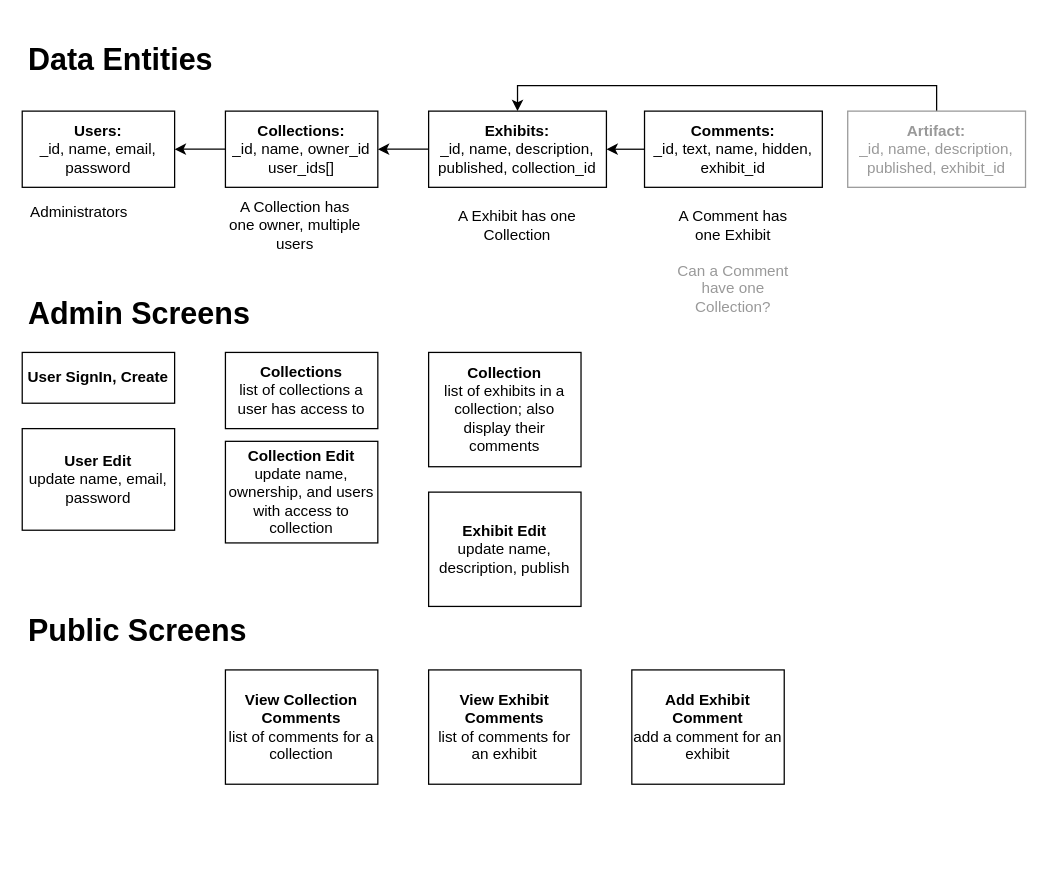
Earlier version of the draw.io diagram InteractiveExhibit-design.drawio (stellarjaydoc/architecture). Source tidied: cells renumbered, new cells numbered last; positions are measured from the earlier drawing's top-left corner, leaving out a move shared by most shapes. Both pictures are drawn from the tidied source at 127%, with x=0, y=0 at pixel (22, 34).
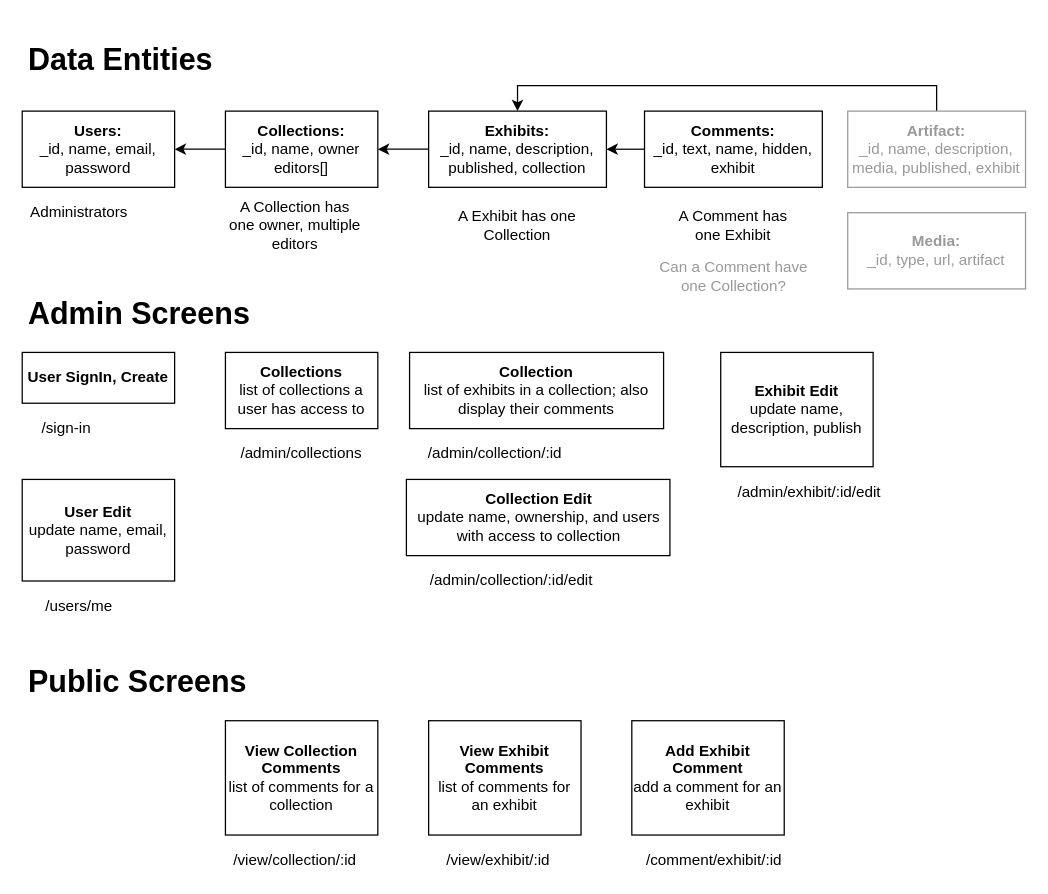
Above is the later version.

Change to the diagram source:
```diff
@@
-    <mxCell id="4" value="&lt;b&gt;Collections:&lt;/b&gt;&lt;br&gt;_id, name, owner_id user_ids[]" style="rounded=0;whiteSpace=wrap;html=1;" parent="1" vertex="1">
+    <mxCell id="4" value="&lt;b&gt;Collections:&lt;/b&gt;&lt;br&gt;_id, name, owner editors[]" style="rounded=0;whiteSpace=wrap;html=1;" parent="1" vertex="1">
       <mxGeometry x="160" y="60" width="120" height="60" as="geometry" />
     </mxCell>
@@
-    <mxCell id="6" value="&lt;b&gt;Exhibits:&lt;/b&gt;&lt;br&gt;_id, name, description, published, collection_id" style="rounded=0;whiteSpace=wrap;html=1;" parent="1" vertex="1">
+    <mxCell id="6" value="&lt;b&gt;Exhibits:&lt;/b&gt;&lt;br&gt;_id, name, description, published, collection" style="rounded=0;whiteSpace=wrap;html=1;" parent="1" vertex="1">
       <mxGeometry x="320" y="60" width="140" height="60" as="geometry" />
     </mxCell>
@@
-    <mxCell id="8" value="&lt;b&gt;Comments:&lt;/b&gt;&lt;br&gt;_id, text, name, hidden, exhibit_id" style="rounded=0;whiteSpace=wrap;html=1;" parent="1" vertex="1">
+    <mxCell id="8" value="&lt;b&gt;Comments:&lt;/b&gt;&lt;br&gt;_id, text, name, hidden, exhibit" style="rounded=0;whiteSpace=wrap;html=1;" parent="1" vertex="1">
       <mxGeometry x="490" y="60" width="140" height="60" as="geometry" />
     </mxCell>
@@
-    <mxCell id="10" value="A Collection has one owner, multiple users" style="text;html=1;strokeColor=none;fillColor=none;align=center;verticalAlign=middle;whiteSpace=wrap;rounded=0;" parent="1" vertex="1">
+    <mxCell id="10" value="A Collection has one owner, multiple editors" style="text;html=1;strokeColor=none;fillColor=none;align=center;verticalAlign=middle;whiteSpace=wrap;rounded=0;" parent="1" vertex="1">
       <mxGeometry x="160" y="140" width="110" height="20" as="geometry" />
     </mxCell>
@@
     <mxCell id="17" value="&lt;b&gt;Collection Edit&lt;/b&gt;&lt;br&gt;update name, ownership, and users with access to collection" style="rounded=0;whiteSpace=wrap;html=1;" parent="1" vertex="1">
-      <mxGeometry x="160" y="320" width="120" height="80" as="geometry" />
+      <mxGeometry x="302.5" y="350" width="207.5" height="60" as="geometry" />
     </mxCell>
     <mxCell id="18" value="&lt;b&gt;User Edit&lt;/b&gt;&lt;br&gt;update name, email, password" style="rounded=0;whiteSpace=wrap;html=1;" parent="1" vertex="1">
-      <mxGeometry y="310" width="120" height="80" as="geometry" />
+      <mxGeometry y="350" width="120" height="80" as="geometry" />
     </mxCell>
     <mxCell id="19" value="&lt;b&gt;Collection&lt;/b&gt;&lt;br&gt;list of exhibits in a collection; also display their comments" style="rounded=0;whiteSpace=wrap;html=1;" parent="1" vertex="1">
-      <mxGeometry x="320" y="250" width="120" height="90" as="geometry" />
+      <mxGeometry x="305" y="250" width="200" height="60" as="geometry" />
     </mxCell>
     <mxCell id="20" value="&lt;b&gt;Exhibit Edit&lt;/b&gt;&lt;br&gt;update name, description, publish" style="rounded=0;whiteSpace=wrap;html=1;" parent="1" vertex="1">
-      <mxGeometry x="320" y="360" width="120" height="90" as="geometry" />
+      <mxGeometry x="550" y="250" width="120" height="90" as="geometry" />
     </mxCell>
     <mxCell id="21" value="&lt;h1&gt;Public Screens&lt;/h1&gt;&lt;div&gt;&lt;br&gt;&lt;/div&gt;" style="text;html=1;strokeColor=none;fillColor=none;spacing=5;spacingTop=-20;whiteSpace=wrap;overflow=hidden;rounded=0;" parent="1" vertex="1">
-      <mxGeometry y="450" width="190" height="40" as="geometry" />
+      <mxGeometry y="490" width="190" height="40" as="geometry" />
     </mxCell>
     <mxCell id="22" value="&lt;b&gt;View Collection Comments&lt;/b&gt;&lt;br&gt;list of comments for a collection" style="rounded=0;whiteSpace=wrap;html=1;" parent="1" vertex="1">
-      <mxGeometry x="160" y="500" width="120" height="90" as="geometry" />
+      <mxGeometry x="160" y="540" width="120" height="90" as="geometry" />
     </mxCell>
     <mxCell id="23" value="&lt;b&gt;View Exhibit Comments&lt;/b&gt;&lt;br&gt;list of comments for an exhibit" style="rounded=0;whiteSpace=wrap;html=1;" parent="1" vertex="1">
-      <mxGeometry x="320" y="500" width="120" height="90" as="geometry" />
+      <mxGeometry x="320" y="540" width="120" height="90" as="geometry" />
     </mxCell>
     <mxCell id="24" value="&lt;b&gt;Add Exhibit Comment&lt;/b&gt;&lt;br&gt;add a comment for an exhibit" style="rounded=0;whiteSpace=wrap;html=1;" parent="1" vertex="1">
-      <mxGeometry x="480" y="500" width="120" height="90" as="geometry" />
+      <mxGeometry x="480" y="540" width="120" height="90" as="geometry" />
     </mxCell>
     <mxCell id="25" value="Can a Comment have one Collection?" style="text;html=1;strokeColor=none;fillColor=none;align=center;verticalAlign=middle;whiteSpace=wrap;rounded=0;fontColor=#999999;" parent="1" vertex="1">
-      <mxGeometry x="505" y="190" width="110" height="20" as="geometry" />
+      <mxGeometry x="497.5" y="180" width="125" height="20" as="geometry" />
     </mxCell>
@@
-    <mxCell id="28" value="&lt;b&gt;Artifact:&lt;/b&gt;&lt;br&gt;_id, name, description, published, exhibit_id" style="rounded=0;whiteSpace=wrap;html=1;strokeColor=#999999;fontColor=#999999;" parent="1" vertex="1">
+    <mxCell id="28" value="&lt;b&gt;Artifact:&lt;/b&gt;&lt;br&gt;_id, name, description, media, published, exhibit" style="rounded=0;whiteSpace=wrap;html=1;strokeColor=#999999;fontColor=#999999;" parent="1" vertex="1">
       <mxGeometry x="650" y="60" width="140" height="60" as="geometry" />
     </mxCell>
+    <mxCell id="29" value="&lt;font color=&quot;#000000&quot;&gt;/sign-in&lt;/font&gt;" style="text;html=1;strokeColor=none;fillColor=none;align=center;verticalAlign=middle;whiteSpace=wrap;rounded=0;fontColor=#999999;" parent="1" vertex="1">
+      <mxGeometry y="300" width="70" height="20" as="geometry" />
+    </mxCell>
+    <mxCell id="30" value="&lt;font color=&quot;#000000&quot;&gt;/admin/collections&lt;/font&gt;" style="text;html=1;strokeColor=none;fillColor=none;align=center;verticalAlign=middle;whiteSpace=wrap;rounded=0;fontColor=#999999;" parent="1" vertex="1">
+      <mxGeometry x="160" y="320" width="120" height="20" as="geometry" />
+    </mxCell>
+    <mxCell id="31" value="&lt;font color=&quot;#000000&quot;&gt;/admin/collection/:id&lt;/font&gt;" style="text;html=1;strokeColor=none;fillColor=none;align=center;verticalAlign=middle;whiteSpace=wrap;rounded=0;fontColor=#999999;" parent="1" vertex="1">
+      <mxGeometry x="305" y="320" width="135" height="20" as="geometry" />
+    </mxCell>
+    <mxCell id="32" value="&lt;font color=&quot;#000000&quot;&gt;/users/me&lt;/font&gt;" style="text;html=1;strokeColor=none;fillColor=none;align=center;verticalAlign=middle;whiteSpace=wrap;rounded=0;fontColor=#999999;" parent="1" vertex="1">
+      <mxGeometry x="10" y="440" width="70" height="20" as="geometry" />
+    </mxCell>
+    <mxCell id="33" value="&lt;font color=&quot;#000000&quot;&gt;/admin/collection/:id/edit&lt;/font&gt;" style="text;html=1;strokeColor=none;fillColor=none;align=center;verticalAlign=middle;whiteSpace=wrap;rounded=0;fontColor=#999999;" parent="1" vertex="1">
+      <mxGeometry x="303" y="420" width="165" height="20" as="geometry" />
+    </mxCell>
+    <mxCell id="34" value="&lt;font color=&quot;#000000&quot;&gt;/admin/exhibit/:id/edit&lt;/font&gt;" style="text;html=1;strokeColor=none;fillColor=none;align=center;verticalAlign=middle;whiteSpace=wrap;rounded=0;fontColor=#999999;" parent="1" vertex="1">
+      <mxGeometry x="550" y="350" width="140" height="20" as="geometry" />
+    </mxCell>
+    <mxCell id="35" value="&lt;font color=&quot;#000000&quot;&gt;/view/collection/:id&lt;/font&gt;" style="text;html=1;strokeColor=none;fillColor=none;align=center;verticalAlign=middle;whiteSpace=wrap;rounded=0;fontColor=#999999;" parent="1" vertex="1">
+      <mxGeometry x="160" y="640" width="110" height="20" as="geometry" />
+    </mxCell>
+    <mxCell id="36" value="&lt;font color=&quot;#000000&quot;&gt;/view/exhibit/:id&lt;/font&gt;" style="text;html=1;strokeColor=none;fillColor=none;align=center;verticalAlign=middle;whiteSpace=wrap;rounded=0;fontColor=#999999;" parent="1" vertex="1">
+      <mxGeometry x="320" y="640" width="110" height="20" as="geometry" />
+    </mxCell>
+    <mxCell id="37" value="&lt;font color=&quot;#000000&quot;&gt;/comment/exhibit/:id&lt;/font&gt;" style="text;html=1;strokeColor=none;fillColor=none;align=center;verticalAlign=middle;whiteSpace=wrap;rounded=0;fontColor=#999999;" parent="1" vertex="1">
+      <mxGeometry x="480" y="640" width="130" height="20" as="geometry" />
+    </mxCell>
+    <mxCell id="38" value="&lt;b&gt;Media:&lt;/b&gt;&lt;br&gt;_id, type, url, artifact" style="rounded=0;whiteSpace=wrap;html=1;strokeColor=#999999;fontColor=#999999;" parent="1" vertex="1">
+      <mxGeometry x="650" y="140" width="140" height="60" as="geometry" />
+    </mxCell>
```
